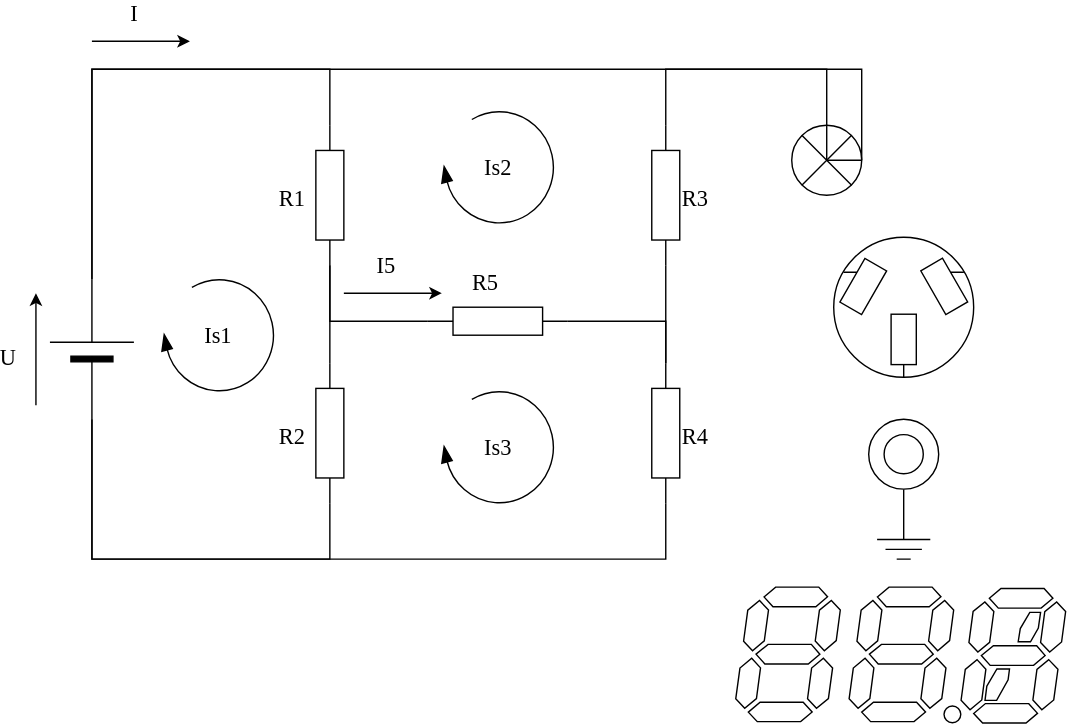
This is lss/Diagram009.svg from lsss1111/Diagram01, a draw.io export, as it was before one commit. Source tidied: cells renumbered, new cells last; positions are measured from the earlier drawing's top-left corner, leaving out a move shared by most shapes.
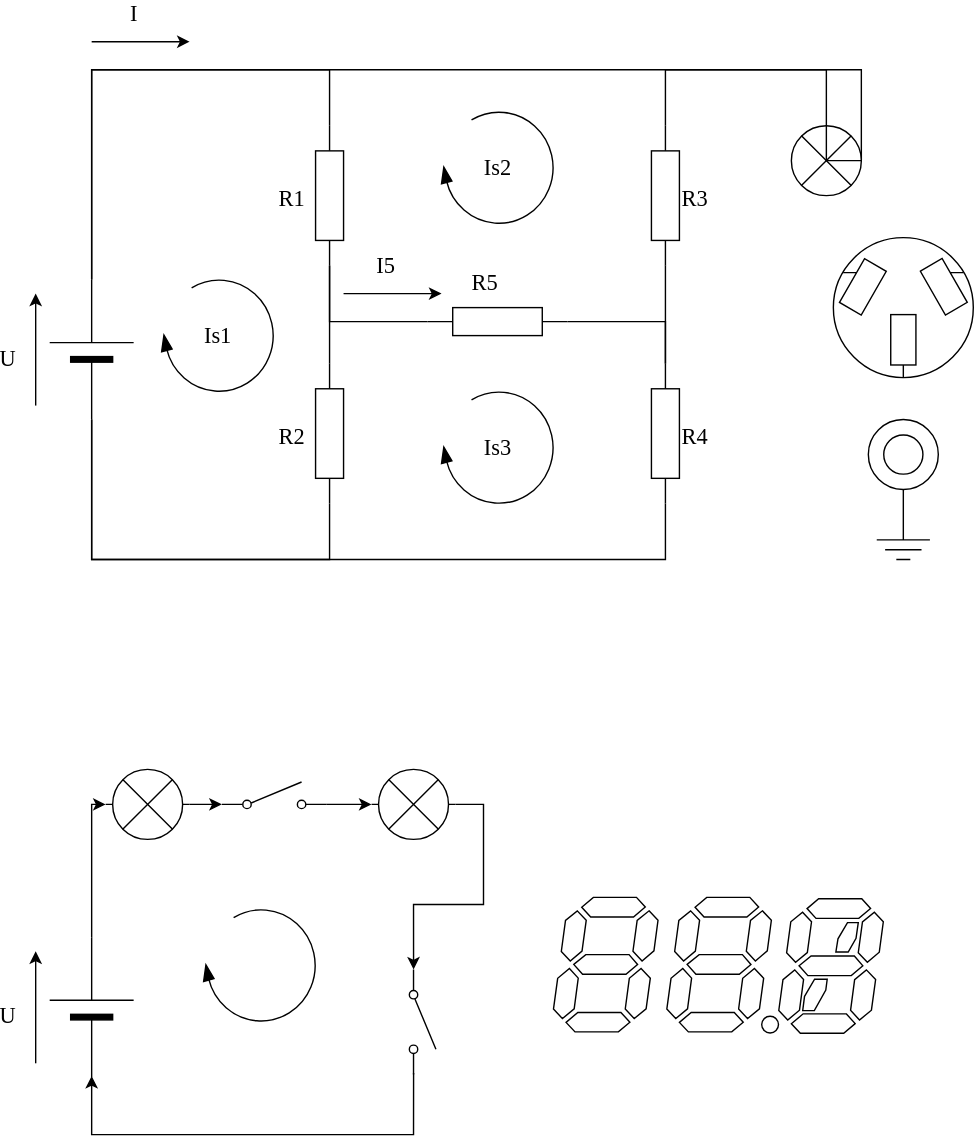
After the commit.

Change to the diagram source:
```diff
@@ -126,13 +126,67 @@
       <mxGeometry x="605" y="270" width="50" height="100" as="geometry" />
     </mxCell>
     <mxCell id="31" style="verticalLabelPosition=bottom;shadow=0;dashed=0;align=center;html=1;verticalAlign=top;shape=mxgraph.electrical.opto_electronics.7_segment_display;" parent="1" vertex="1">
-      <mxGeometry x="510" y="390" width="74.7" height="96.1" as="geometry" />
+      <mxGeometry x="380" y="611.5" width="74.7" height="96.1" as="geometry" />
     </mxCell>
     <mxCell id="32" style="verticalLabelPosition=bottom;shadow=0;dashed=0;align=center;html=1;verticalAlign=top;shape=mxgraph.electrical.opto_electronics.7_segment_display_with_dp;" parent="1" vertex="1">
-      <mxGeometry x="591" y="390" width="79.8" height="96.9" as="geometry" />
+      <mxGeometry x="461" y="611.5" width="79.8" height="96.9" as="geometry" />
     </mxCell>
     <mxCell id="33" style="verticalLabelPosition=bottom;shadow=0;dashed=0;align=center;html=1;verticalAlign=top;shape=mxgraph.electrical.opto_electronics.9_segment_display;" parent="1" vertex="1">
-      <mxGeometry x="671" y="391" width="74.7" height="96.1" as="geometry" />
+      <mxGeometry x="541" y="612.5" width="74.7" height="96.1" as="geometry" />
     </mxCell>
+    <mxCell id="34" style="edgeStyle=orthogonalEdgeStyle;rounded=0;jettySize=auto;html=1;entryX=0;entryY=0.5;entryDx=0;entryDy=0;entryPerimeter=0;" parent="1" edge="1" source="35" target="38">
+      <mxGeometry relative="1" as="geometry">
+        <Array as="points">
+          <mxPoint x="50" y="545" />
+        </Array>
+      </mxGeometry>
+    </mxCell>
+    <mxCell id="35" style="verticalLabelPosition=bottom;shadow=0;dashed=0;align=center;fillColor=#000000;html=1;verticalAlign=top;strokeWidth=1;shape=mxgraph.electrical.miscellaneous.monocell_battery;rounded=1;comic=0;labelBackgroundColor=none;fontFamily=Verdana;fontSize=12;rotation=-90;" parent="1" vertex="1">
+      <mxGeometry y="660" width="100" height="60" as="geometry" />
+    </mxCell>
+    <mxCell id="36" value="U" style="endArrow=classic;html=1;labelBackgroundColor=none;strokeWidth=1;fontFamily=Verdana;fontSize=16;" parent="1" edge="1">
+      <mxGeometry x="-0.14" y="20" relative="1" as="geometry">
+        <mxPoint x="10" y="730" as="sourcePoint" />
+        <mxPoint x="10" y="650" as="targetPoint" />
+      </mxGeometry>
+    </mxCell>
+    <mxCell id="37" style="edgeStyle=orthogonalEdgeStyle;rounded=0;jettySize=auto;html=1;exitX=1;exitY=0.5;exitDx=0;exitDy=0;exitPerimeter=0;entryX=0;entryY=0.84;entryDx=0;entryDy=0;entryPerimeter=0;" parent="1" edge="1" source="38" target="42">
+      <mxGeometry relative="1" as="geometry" />
+    </mxCell>
+    <mxCell id="38" style="verticalLabelPosition=bottom;shadow=0;dashed=0;align=center;html=1;verticalAlign=top;shape=mxgraph.electrical.miscellaneous.light_bulb;" parent="1" vertex="1">
+      <mxGeometry x="60" y="520" width="60" height="50" as="geometry" />
+    </mxCell>
+    <mxCell id="39" style="edgeStyle=orthogonalEdgeStyle;rounded=0;jettySize=auto;html=1;entryX=0;entryY=0.84;entryDx=0;entryDy=0;entryPerimeter=0;exitX=1;exitY=0.5;exitDx=0;exitDy=0;exitPerimeter=0;" parent="1" edge="1" source="40" target="44">
+      <mxGeometry relative="1" as="geometry" />
+    </mxCell>
+    <mxCell id="40" style="verticalLabelPosition=bottom;shadow=0;dashed=0;align=center;html=1;verticalAlign=top;shape=mxgraph.electrical.miscellaneous.light_bulb;" parent="1" vertex="1">
+      <mxGeometry x="250" y="520" width="60" height="50" as="geometry" />
+    </mxCell>
+    <mxCell id="41" style="edgeStyle=orthogonalEdgeStyle;rounded=0;jettySize=auto;html=1;exitX=1;exitY=0.84;exitDx=0;exitDy=0;exitPerimeter=0;entryX=0;entryY=0.5;entryDx=0;entryDy=0;entryPerimeter=0;" parent="1" edge="1" source="42" target="40">
+      <mxGeometry relative="1" as="geometry">
+        <Array as="points">
+          <mxPoint x="230" y="545" />
+        </Array>
+      </mxGeometry>
+    </mxCell>
+    <mxCell id="42" style="verticalLabelPosition=bottom;shadow=0;dashed=0;align=center;html=1;verticalAlign=top;shape=mxgraph.electrical.electro-mechanical.simple_switch;" parent="1" vertex="1">
+      <mxGeometry x="143" y="529" width="75" height="19" as="geometry" />
+    </mxCell>
+    <mxCell id="43" style="edgeStyle=orthogonalEdgeStyle;rounded=0;orthogonalLoop=1;jettySize=auto;html=1;exitX=1;exitY=0.84;exitDx=0;exitDy=0;exitPerimeter=0;" parent="1" edge="1">
+      <mxGeometry relative="1" as="geometry">
+        <mxPoint x="280" y="737" as="sourcePoint" />
+        <mxPoint x="50" y="739" as="targetPoint" />
+        <Array as="points">
+          <mxPoint x="280" y="781" />
+          <mxPoint x="50" y="781" />
+        </Array>
+      </mxGeometry>
+    </mxCell>
+    <mxCell id="44" style="verticalLabelPosition=bottom;shadow=0;dashed=0;align=center;html=1;verticalAlign=top;shape=mxgraph.electrical.electro-mechanical.simple_switch;rotation=90;" parent="1" vertex="1">
+      <mxGeometry x="249" y="691" width="75" height="19" as="geometry" />
+    </mxCell>
+    <mxCell id="45" style="verticalLabelPosition=middle;html=1;verticalAlign=middle;strokeWidth=1;shape=mxgraph.lean_mapping.physical_pull;rounded=1;shadow=0;comic=0;labelBackgroundColor=none;fillColor=#000000;fontFamily=Verdana;fontSize=16;align=center;flipH=1;labelPosition=center;" parent="1" vertex="1">
+      <mxGeometry x="130" y="620" width="80" height="80" as="geometry" />
+    </mxCell>
   </root>
 </mxGraphModel>
```
